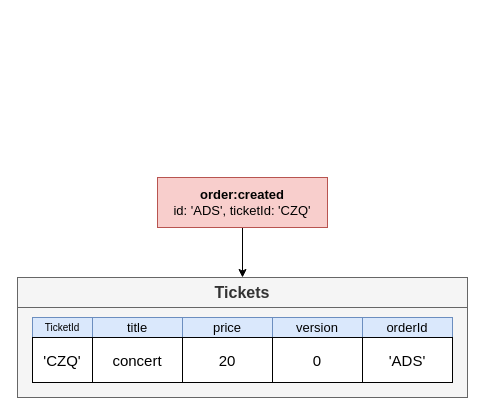
This is page "08 - confirm" (8 of 14) of diagrams/08/04.drawio from HappySuzuki/microservices-cast, a draw.io file, before an edit. Source tidied: cells renumbered, new cells numbered last; positions are measured from the earlier drawing's top-left corner, leaving out a move shared by most shapes. Both pictures are drawn from the tidied source at 100%, with x=0, y=0 at pixel (17, 177).
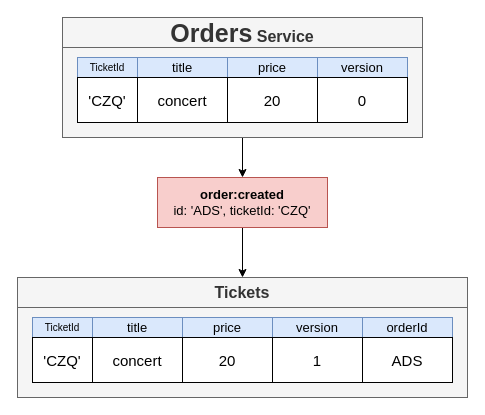
The same page after the edit.

Unchanged cells that the change refers to:
```xml
<mxCell id="15" value="&lt;b&gt;order:created&lt;/b&gt;&lt;br&gt;id: 'ADS', ticketId: 'CZQ'" style="rounded=0;whiteSpace=wrap;html=1;fontSize=13;align=center;fillColor=#f8cecc;strokeColor=#b85450;" parent="1" vertex="1">
  <mxGeometry x="140" width="170" height="50" as="geometry" />
</mxCell>
```

Change to the diagram source:
```diff
@@
-    <mxCell id="7" value="0" style="rounded=0;whiteSpace=wrap;html=1;fontSize=15;align=center;" parent="1" vertex="1">
+    <mxCell id="7" value="1" style="rounded=0;whiteSpace=wrap;html=1;fontSize=15;align=center;" parent="1" vertex="1">
       <mxGeometry x="255" y="160" width="90" height="45" as="geometry" />
     </mxCell>
@@
-    <mxCell id="13" value="'ADS'" style="rounded=0;whiteSpace=wrap;html=1;fontSize=15;align=center;" parent="1" vertex="1">
+    <mxCell id="13" value="ADS" style="rounded=0;whiteSpace=wrap;html=1;fontSize=15;align=center;" parent="1" vertex="1">
       <mxGeometry x="345" y="160" width="90" height="45" as="geometry" />
     </mxCell>
@@
+    <mxCell id="16" value="&lt;font style=&quot;font-size: 25px&quot;&gt;Orders&lt;/font&gt; Service" style="rounded=0;whiteSpace=wrap;html=1;fillColor=#f5f5f5;strokeColor=#666666;fontColor=#333333;fontStyle=1;fontSize=16;" parent="1" vertex="1">
+      <mxGeometry x="45" y="-160" width="360" height="30" as="geometry" />
+    </mxCell>
+    <mxCell id="17" style="edgeStyle=orthogonalEdgeStyle;rounded=0;jettySize=auto;html=1;exitX=0.5;exitY=1;exitDx=0;exitDy=0;entryX=0.5;entryY=0;entryDx=0;entryDy=0;strokeWidth=1;fontSize=13;" parent="1" edge="1" source="18" target="15">
+      <mxGeometry relative="1" as="geometry" />
+    </mxCell>
+    <mxCell id="18" style="rounded=0;whiteSpace=wrap;html=1;fillColor=#f5f5f5;strokeColor=#666666;fontColor=#333333;" parent="1" vertex="1">
+      <mxGeometry x="45" y="-130" width="360" height="90" as="geometry" />
+    </mxCell>
+    <mxCell id="19" value="TicketId" style="rounded=0;whiteSpace=wrap;html=1;fontSize=10;align=center;fillColor=#dae8fc;strokeColor=#6c8ebf;" parent="1" vertex="1">
+      <mxGeometry x="60" y="-120" width="60" height="20" as="geometry" />
+    </mxCell>
+    <mxCell id="20" value="'CZQ'" style="rounded=0;whiteSpace=wrap;html=1;fontSize=15;align=center;" parent="1" vertex="1">
+      <mxGeometry x="60" y="-100" width="60" height="45" as="geometry" />
+    </mxCell>
+    <mxCell id="21" value="version" style="rounded=0;whiteSpace=wrap;html=1;fontSize=13;align=center;fillColor=#dae8fc;strokeColor=#6c8ebf;fontStyle=0;" parent="1" vertex="1">
+      <mxGeometry x="300" y="-120" width="90" height="20" as="geometry" />
+    </mxCell>
+    <mxCell id="22" value="0" style="rounded=0;whiteSpace=wrap;html=1;fontSize=15;align=center;" parent="1" vertex="1">
+      <mxGeometry x="300" y="-100" width="90" height="45" as="geometry" />
+    </mxCell>
+    <mxCell id="23" value="title" style="rounded=0;whiteSpace=wrap;html=1;fontSize=13;align=center;fillColor=#dae8fc;strokeColor=#6c8ebf;fontStyle=0;" parent="1" vertex="1">
+      <mxGeometry x="120" y="-120" width="90" height="20" as="geometry" />
+    </mxCell>
+    <mxCell id="24" value="concert" style="rounded=0;whiteSpace=wrap;html=1;fontSize=15;align=center;" parent="1" vertex="1">
+      <mxGeometry x="120" y="-100" width="90" height="45" as="geometry" />
+    </mxCell>
+    <mxCell id="25" value="price" style="rounded=0;whiteSpace=wrap;html=1;fontSize=13;align=center;fillColor=#dae8fc;strokeColor=#6c8ebf;fontStyle=0;" parent="1" vertex="1">
+      <mxGeometry x="210" y="-120" width="90" height="20" as="geometry" />
+    </mxCell>
+    <mxCell id="26" value="20" style="rounded=0;whiteSpace=wrap;html=1;fontSize=15;align=center;" parent="1" vertex="1">
+      <mxGeometry x="210" y="-100" width="90" height="45" as="geometry" />
+    </mxCell>
```
